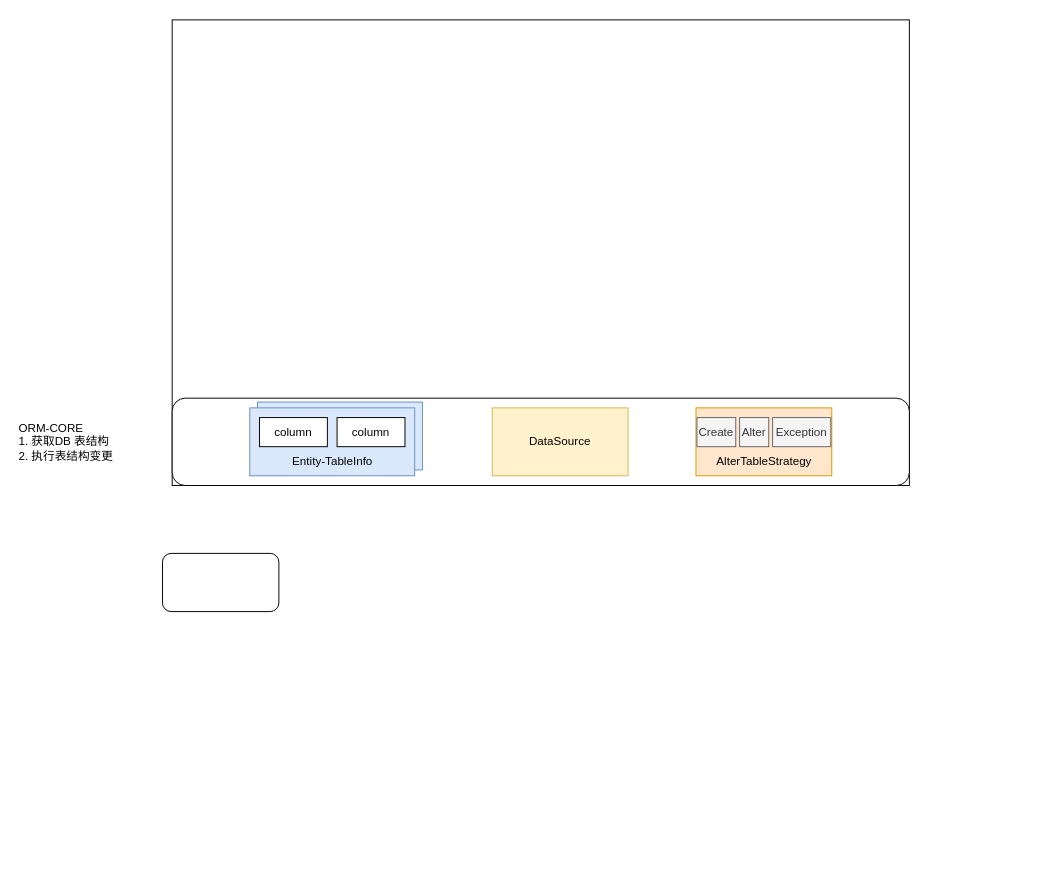
This is SSJJ2/构建ORM映射.drawio from Ordertiny/graph, a draw.io file, before an edit. Source tidied: cells renumbered, new cells numbered last; positions are measured from the earlier drawing's top-left corner, leaving out a move shared by most shapes. Both pictures are drawn from the tidied source at 97%, with x=0, y=0 at pixel (16, 19).
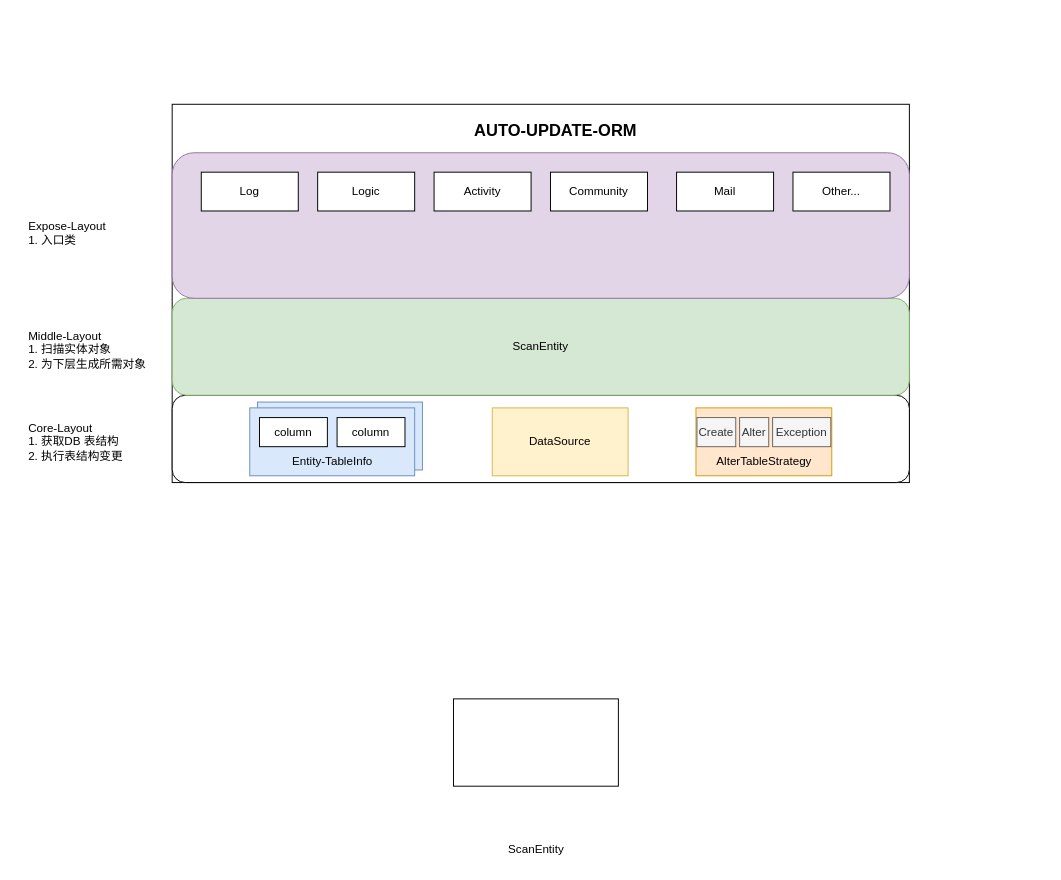
After the change.

Commit message (it also covers changes not shown here):
更新构建ORM映射.drawio

What changed in the source:
```diff
@@
     <mxCell id="2" style="group;" parent="1" vertex="1">
-      <mxGeometry x="160" width="760" height="480" as="geometry" />
+      <mxGeometry x="160" y="-3" width="900" height="480" as="geometry" />
     </mxCell>
     <mxCell id="3" style="rounded=0;whiteSpace=wrap;html=1;" parent="2" vertex="1">
-      <mxGeometry width="760" height="480" as="geometry" />
+      <mxGeometry y="90" width="760" height="390" as="geometry" />
     </mxCell>
@@
+    <mxCell id="19" value="ScanEntity" style="rounded=1;whiteSpace=wrap;html=1;fillColor=#d5e8d4;strokeColor=#82b366;" parent="2" vertex="1">
+      <mxGeometry y="290" width="760" height="100" as="geometry" />
+    </mxCell>
+    <mxCell id="20" style="rounded=1;whiteSpace=wrap;html=1;fillColor=#e1d5e7;strokeColor=#9673a6;" parent="2" vertex="1">
+      <mxGeometry y="140" width="760" height="150" as="geometry" />
+    </mxCell>
+    <mxCell id="21" value="Log" style="whiteSpace=wrap;html=1;" parent="2" vertex="1">
+      <mxGeometry x="30" y="160" width="100" height="40" as="geometry" />
+    </mxCell>
+    <mxCell id="22" value="Logic" style="whiteSpace=wrap;html=1;" parent="2" vertex="1">
+      <mxGeometry x="150" y="160" width="100" height="40" as="geometry" />
+    </mxCell>
+    <mxCell id="23" value="Activity" style="whiteSpace=wrap;html=1;" parent="2" vertex="1">
+      <mxGeometry x="270" y="160" width="100" height="40" as="geometry" />
+    </mxCell>
+    <mxCell id="24" value="Community" style="whiteSpace=wrap;html=1;" parent="2" vertex="1">
+      <mxGeometry x="390" y="160" width="100" height="40" as="geometry" />
+    </mxCell>
+    <mxCell id="25" value="Mail" style="whiteSpace=wrap;html=1;" parent="2" vertex="1">
+      <mxGeometry x="520" y="160" width="100" height="40" as="geometry" />
+    </mxCell>
+    <mxCell id="26" value="Other..." style="whiteSpace=wrap;html=1;" parent="2" vertex="1">
+      <mxGeometry x="640" y="160" width="100" height="40" as="geometry" />
+    </mxCell>
+    <mxCell id="27" value="AUTO-UPDATE-ORM" style="text;html=1;align=center;verticalAlign=middle;strokeColor=none;fillColor=none;fontSize=17;fontStyle=1;" parent="2" vertex="1">
+      <mxGeometry x="300" y="103" width="190" height="30" as="geometry" />
+    </mxCell>
-    <mxCell id="5" value="ORM-CORE&lt;br&gt;1. 获取DB 表结构&lt;br&gt;2. 执行表结构变更" style="text;html=1;align=left;verticalAlign=middle;strokeColor=none;fillColor=none;" parent="1" vertex="1">
-      <mxGeometry y="405" width="120" height="60" as="geometry" />
+    <mxCell id="5" value="Core-Layout&lt;br&gt;1. 获取DB 表结构&lt;br&gt;2. 执行表结构变更" style="text;html=1;align=left;verticalAlign=middle;strokeColor=none;fillColor=none;" parent="1" vertex="1">
+      <mxGeometry x="10" y="405" width="120" height="60" as="geometry" />
     </mxCell>
@@
-    <mxCell id="19" style="rounded=1;whiteSpace=wrap;html=1;" parent="1" vertex="1">
-      <mxGeometry x="150" y="550" width="120" height="60" as="geometry" />
-    </mxCell>
+    <mxCell id="28" style="whiteSpace=wrap;html=1;" parent="1" vertex="1">
+      <mxGeometry x="450" y="700" width="170" height="90" as="geometry" />
+    </mxCell>
+    <mxCell id="29" value="ScanEntity" style="text;html=1;align=center;verticalAlign=middle;strokeColor=none;fillColor=none;" parent="1" vertex="1">
+      <mxGeometry x="495" y="840" width="80" height="30" as="geometry" />
+    </mxCell>
+    <mxCell id="30" value="Middle-Layout&lt;br&gt;1. 扫描实体对象&lt;br&gt;2. 为下层生成所需对象" style="text;html=1;align=left;verticalAlign=middle;strokeColor=none;fillColor=none;" parent="1" vertex="1">
+      <mxGeometry x="10" y="310" width="140" height="60" as="geometry" />
+    </mxCell>
+    <mxCell id="31" value="Expose-Layout&lt;br&gt;1. 入口类" style="text;html=1;align=left;verticalAlign=middle;strokeColor=none;fillColor=none;" parent="1" vertex="1">
+      <mxGeometry x="10" y="200" width="100" height="40" as="geometry" />
+    </mxCell>
```
